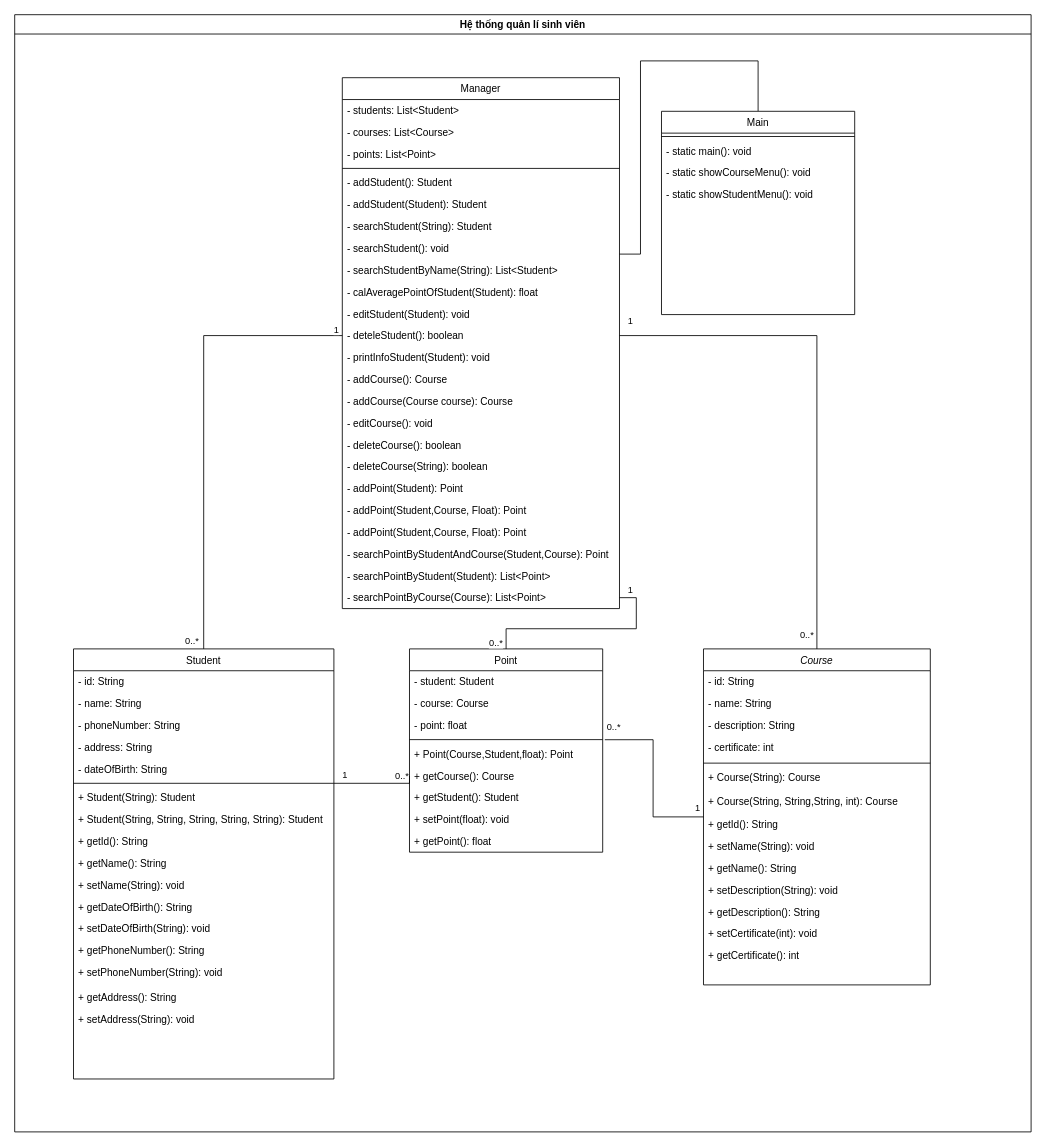
This is Untitled Diagram.drawio from NguyenMinh1912/classdiagram, a draw.io file, before an edit. Source tidied: cells renumbered, new cells numbered last; positions are measured from the earlier drawing's top-left corner, leaving out a move shared by most shapes. Both pictures are drawn from the tidied source at 84%, with x=0, y=0 at pixel (14, 14).
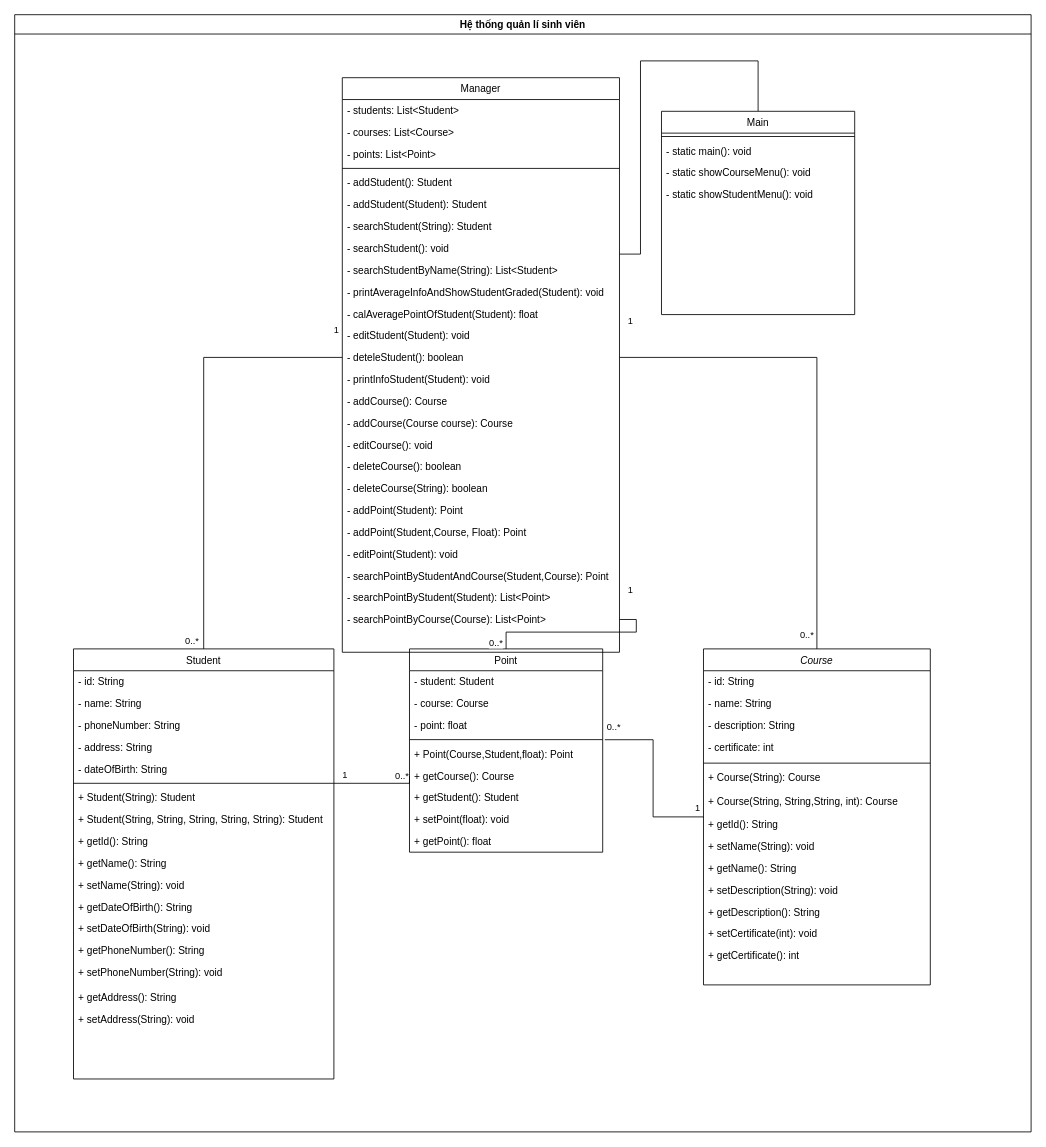
The same diagram, later.

What changed in the source:
```diff
@@
     <mxCell id="52" value="Manager&#10;&#10;" style="swimlane;fontStyle=0;align=center;verticalAlign=top;horizontal=1;startSize=26;rounded=0;shadow=0;strokeWidth=1;" parent="1" vertex="1">
-      <mxGeometry x="390" y="75" width="330" height="632" as="geometry" />
+      <mxGeometry x="390" y="75" width="330" height="684" as="geometry" />
     </mxCell>
@@
+    <mxCell id="92" value="- printAverageInfoAndShowStudentGraded(Student): void" style="text;align=left;verticalAlign=top;spacingLeft=4;spacingRight=4;overflow=hidden;rounded=0;shadow=0;html=0;" parent="52" vertex="1">
+      <mxGeometry y="242" width="330" height="26" as="geometry" />
+    </mxCell>
     <mxCell id="62" value="- calAveragePointOfStudent(Student): float" style="text;align=left;verticalAlign=top;spacingLeft=4;spacingRight=4;overflow=hidden;rounded=0;shadow=0;html=0;" parent="52" vertex="1">
-      <mxGeometry y="242" width="330" height="26" as="geometry" />
+      <mxGeometry y="268" width="330" height="26" as="geometry" />
     </mxCell>
     <mxCell id="63" value="- editStudent(Student): void" style="text;align=left;verticalAlign=top;spacingLeft=4;spacingRight=4;overflow=hidden;rounded=0;shadow=0;html=0;" parent="52" vertex="1">
-      <mxGeometry y="268" width="330" height="26" as="geometry" />
+      <mxGeometry y="294" width="330" height="26" as="geometry" />
     </mxCell>
     <mxCell id="64" value="- deteleStudent(): boolean" style="text;align=left;verticalAlign=top;spacingLeft=4;spacingRight=4;overflow=hidden;points=[[0,0.5],[1,0.5]];portConstraint=eastwest;rounded=0;shadow=0;html=0;" parent="52" vertex="1">
-      <mxGeometry y="294" width="330" height="26" as="geometry" />
+      <mxGeometry y="320" width="330" height="26" as="geometry" />
     </mxCell>
     <mxCell id="65" value="- printInfoStudent(Student): void" style="text;align=left;verticalAlign=top;spacingLeft=4;spacingRight=4;overflow=hidden;rounded=0;shadow=0;html=0;" parent="52" vertex="1">
-      <mxGeometry y="320" width="330" height="26" as="geometry" />
+      <mxGeometry y="346" width="330" height="26" as="geometry" />
     </mxCell>
     <mxCell id="66" value="- addCourse(): Course" style="text;align=left;verticalAlign=top;spacingLeft=4;spacingRight=4;overflow=hidden;rounded=0;shadow=0;html=0;" parent="52" vertex="1">
-      <mxGeometry y="346" width="330" height="26" as="geometry" />
+      <mxGeometry y="372" width="330" height="26" as="geometry" />
     </mxCell>
     <mxCell id="67" value="- addCourse(Course course): Course" style="text;align=left;verticalAlign=top;spacingLeft=4;spacingRight=4;overflow=hidden;rounded=0;shadow=0;html=0;" parent="52" vertex="1">
-      <mxGeometry y="372" width="330" height="26" as="geometry" />
+      <mxGeometry y="398" width="330" height="26" as="geometry" />
     </mxCell>
     <mxCell id="68" value="- editCourse(): void" style="text;align=left;verticalAlign=top;spacingLeft=4;spacingRight=4;overflow=hidden;rounded=0;shadow=0;html=0;" parent="52" vertex="1">
-      <mxGeometry y="398" width="330" height="26" as="geometry" />
+      <mxGeometry y="424" width="330" height="26" as="geometry" />
     </mxCell>
     <mxCell id="69" value="- deleteCourse(): boolean" style="text;align=left;verticalAlign=top;spacingLeft=4;spacingRight=4;overflow=hidden;rounded=0;shadow=0;html=0;" parent="52" vertex="1">
-      <mxGeometry y="424" width="330" height="26" as="geometry" />
+      <mxGeometry y="450" width="330" height="26" as="geometry" />
     </mxCell>
     <mxCell id="70" value="- deleteCourse(String): boolean" style="text;align=left;verticalAlign=top;spacingLeft=4;spacingRight=4;overflow=hidden;rounded=0;shadow=0;html=0;" parent="52" vertex="1">
-      <mxGeometry y="450" width="330" height="26" as="geometry" />
+      <mxGeometry y="476" width="330" height="26" as="geometry" />
     </mxCell>
     <mxCell id="71" value="- addPoint(Student): Point" style="text;align=left;verticalAlign=top;spacingLeft=4;spacingRight=4;overflow=hidden;rounded=0;shadow=0;html=0;" parent="52" vertex="1">
-      <mxGeometry y="476" width="330" height="26" as="geometry" />
+      <mxGeometry y="502" width="330" height="26" as="geometry" />
     </mxCell>
     <mxCell id="72" value="- addPoint(Student,Course, Float): Point" style="text;align=left;verticalAlign=top;spacingLeft=4;spacingRight=4;overflow=hidden;rounded=0;shadow=0;html=0;" parent="52" vertex="1">
-      <mxGeometry y="502" width="330" height="26" as="geometry" />
+      <mxGeometry y="528" width="330" height="26" as="geometry" />
     </mxCell>
-    <mxCell id="73" value="- addPoint(Student,Course, Float): Point" style="text;align=left;verticalAlign=top;spacingLeft=4;spacingRight=4;overflow=hidden;rounded=0;shadow=0;html=0;" parent="52" vertex="1">
-      <mxGeometry y="528" width="330" height="26" as="geometry" />
-    </mxCell>
+    <mxCell id="93" value="- editPoint(Student): void" style="text;align=left;verticalAlign=top;spacingLeft=4;spacingRight=4;overflow=hidden;rounded=0;shadow=0;html=0;" parent="52" vertex="1">
+      <mxGeometry y="554" width="330" height="26" as="geometry" />
+    </mxCell>
     <mxCell id="74" value="- searchPointByStudentAndCourse(Student,Course): Point" style="text;align=left;verticalAlign=top;spacingLeft=4;spacingRight=4;overflow=hidden;rounded=0;shadow=0;html=0;" parent="52" vertex="1">
-      <mxGeometry y="554" width="330" height="26" as="geometry" />
+      <mxGeometry y="580" width="330" height="26" as="geometry" />
     </mxCell>
     <mxCell id="75" value="- searchPointByStudent(Student): List&lt;Point&gt;" style="text;align=left;verticalAlign=top;spacingLeft=4;spacingRight=4;overflow=hidden;rounded=0;shadow=0;html=0;" parent="52" vertex="1">
-      <mxGeometry y="580" width="330" height="26" as="geometry" />
+      <mxGeometry y="606" width="330" height="26" as="geometry" />
     </mxCell>
     <mxCell id="76" value="- searchPointByCourse(Course): List&lt;Point&gt;" style="text;align=left;verticalAlign=top;spacingLeft=4;spacingRight=4;overflow=hidden;points=[[0,0.5],[1,0.5]];portConstraint=eastwest;rounded=0;shadow=0;html=0;" parent="52" vertex="1">
-      <mxGeometry y="606" width="330" height="26" as="geometry" />
+      <mxGeometry y="632" width="330" height="26" as="geometry" />
     </mxCell>
```
